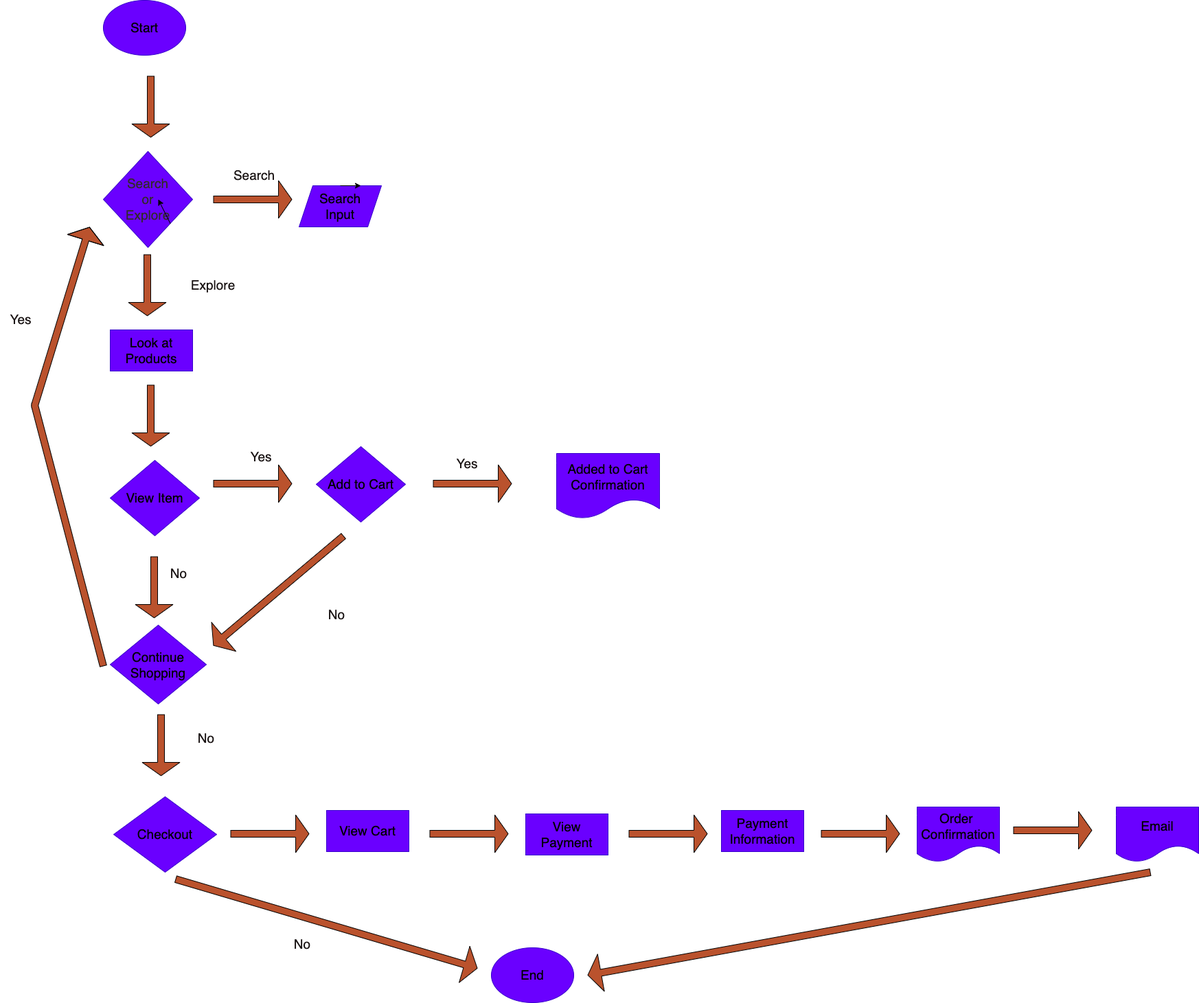
Earlier version of the draw.io export explore/diagramming/diagram.drawio.png (henrybliu/sp23-cse110-lab4). Source tidied: cells renumbered, new cells last; positions are measured from the earlier drawing's top-left corner, leaving out a move shared by most shapes.
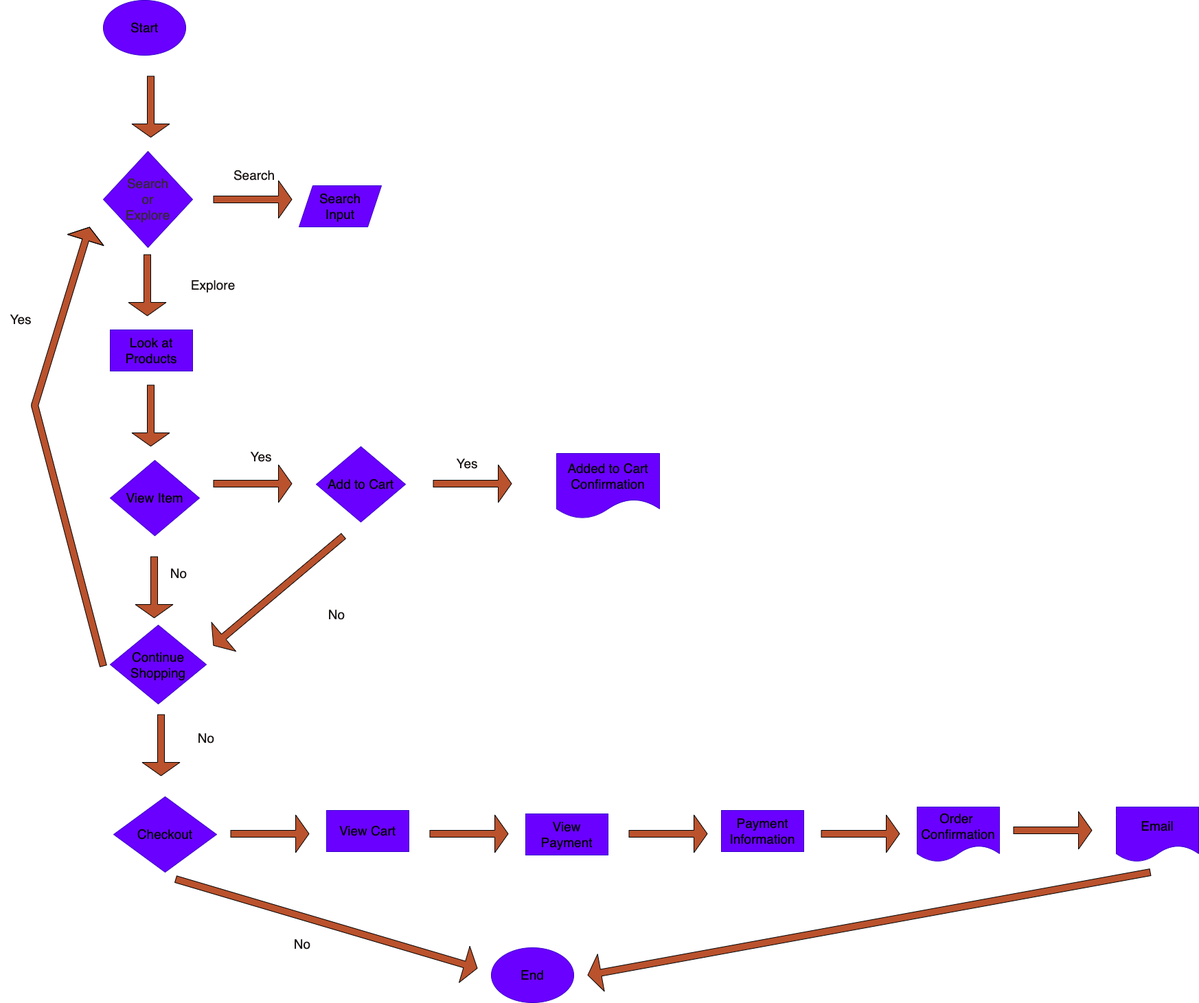
Later version of the same file.

Change to the diagram source:
```diff
@@ -64,9 +64,6 @@
         <mxPoint x="219" y="650" as="targetPoint" />
       </mxGeometry>
     </mxCell>
-    <mxCell id="19" style="edgeStyle=none;html=1;exitX=0.5;exitY=0;exitDx=0;exitDy=0;entryX=0.75;entryY=0;entryDx=0;entryDy=0;fontSize=19;fontColor=#1a1414;fillColor=#BA522D;labelBackgroundColor=default;" parent="1" edge="1" source="4" target="4">
-      <mxGeometry relative="1" as="geometry" />
-    </mxCell>
     <mxCell id="20" style="shape=flexArrow;endArrow=classic;html=1;fontSize=19;fontColor=#1a1414;fillColor=#BA522D;endWidth=44;endSize=6.16;labelBackgroundColor=default;" parent="1" edge="1">
       <mxGeometry relative="1" as="geometry">
         <mxPoint x="234" y="1040" as="sourcePoint" />
@@ -187,8 +184,5 @@
     <mxCell id="44" value="Payment&lt;br&gt;Information" style="rounded=0;whiteSpace=wrap;html=1;shadow=0;fontSize=19;fontColor=#000000;fillColor=#6a00ff;labelBackgroundColor=none;strokeColor=#3700CC;" parent="1" vertex="1">
       <mxGeometry x="1050" y="1180" width="120" height="60" as="geometry" />
     </mxCell>
-    <mxCell id="45" style="edgeStyle=none;html=1;exitX=1;exitY=1;exitDx=0;exitDy=0;entryX=0.615;entryY=0.5;entryDx=0;entryDy=0;entryPerimeter=0;fontColor=#000000;" parent="1" edge="1" source="5" target="5">
-      <mxGeometry relative="1" as="geometry" />
-    </mxCell>
   </root>
 </mxGraphModel>
```
